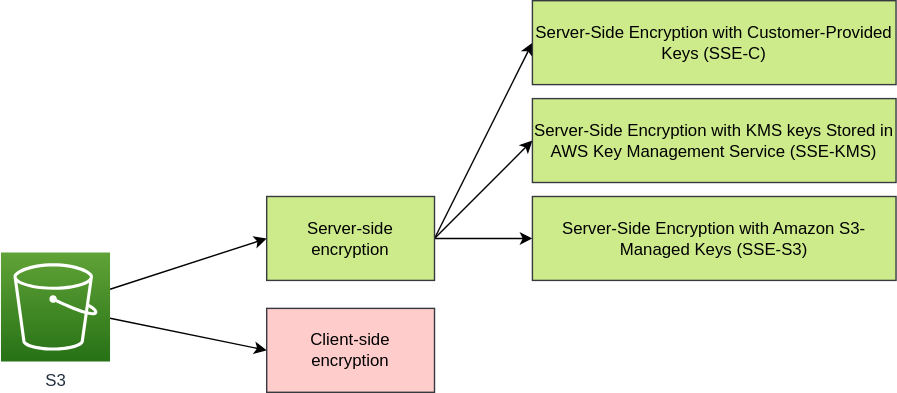
Earlier version of the draw.io export img/aws-data-security-s3.drawio.svg (ParisaMousavi/wordpress). Source tidied: cells renumbered, new cells last; positions are measured from the earlier drawing's top-left corner, leaving out a move shared by most shapes. Source of this version:
```xml
<mxGraphModel>
  <root>
    <mxCell id="0" />
    <mxCell id="1" parent="0" />
    <mxCell id="2" style="rounded=0;jettySize=auto;html=1;entryX=0;entryY=0.5;entryDx=0;entryDy=0;" parent="1" edge="1" source="4" target="8">
      <mxGeometry relative="1" as="geometry" />
    </mxCell>
    <mxCell id="3" style="rounded=0;jettySize=auto;html=1;entryX=0;entryY=0.5;entryDx=0;entryDy=0;" parent="1" edge="1" source="4" target="9">
      <mxGeometry relative="1" as="geometry" />
    </mxCell>
    <mxCell id="4" value="S3" style="sketch=0;points=[[0,0,0],[0.25,0,0],[0.5,0,0],[0.75,0,0],[1,0,0],[0,1,0],[0.25,1,0],[0.5,1,0],[0.75,1,0],[1,1,0],[0,0.25,0],[0,0.5,0],[0,0.75,0],[1,0.25,0],[1,0.5,0],[1,0.75,0]];outlineConnect=0;fontColor=#232F3E;gradientColor=#60A337;gradientDirection=north;fillColor=#277116;strokeColor=#ffffff;dashed=0;verticalLabelPosition=bottom;verticalAlign=top;align=center;html=1;fontSize=12;fontStyle=0;shape=mxgraph.aws4.resourceIcon;resIcon=mxgraph.aws4.s3;" parent="1" vertex="1">
      <mxGeometry y="180" width="78" height="78" as="geometry" />
    </mxCell>
    <mxCell id="5" style="edgeStyle=none;rounded=0;jettySize=auto;html=1;" parent="1" edge="1" source="8" target="10">
      <mxGeometry relative="1" as="geometry" />
    </mxCell>
    <mxCell id="6" style="edgeStyle=none;rounded=0;jettySize=auto;html=1;entryX=0;entryY=0.5;entryDx=0;entryDy=0;exitX=1;exitY=0.5;exitDx=0;exitDy=0;" parent="1" edge="1" source="8" target="11">
      <mxGeometry relative="1" as="geometry" />
    </mxCell>
    <mxCell id="7" style="edgeStyle=none;rounded=0;jettySize=auto;html=1;exitX=1;exitY=0.5;exitDx=0;exitDy=0;entryX=0;entryY=0.5;entryDx=0;entryDy=0;" parent="1" edge="1" source="8" target="12">
      <mxGeometry relative="1" as="geometry" />
    </mxCell>
    <mxCell id="8" value="Server-side encryption" style="rounded=0;whiteSpace=wrap;html=1;fillColor=#cdeb8b;strokeColor=#36393d;" parent="1" vertex="1">
      <mxGeometry x="190" y="140" width="120" height="60" as="geometry" />
    </mxCell>
    <mxCell id="9" value="Client-side &lt;br&gt;encryption" style="rounded=0;whiteSpace=wrap;html=1;fillColor=#ffcccc;strokeColor=#36393d;" parent="1" vertex="1">
      <mxGeometry x="190" y="220" width="120" height="60" as="geometry" />
    </mxCell>
    <mxCell id="10" value="Server-Side Encryption with Amazon S3-Managed Keys (SSE-S3)" style="rounded=0;whiteSpace=wrap;html=1;fillColor=#cdeb8b;strokeColor=#36393d;" parent="1" vertex="1">
      <mxGeometry x="380" y="140" width="260" height="60" as="geometry" />
    </mxCell>
    <mxCell id="11" value="Server-Side Encryption with KMS keys Stored in AWS Key Management Service (SSE-KMS)" style="rounded=0;whiteSpace=wrap;html=1;fillColor=#cdeb8b;strokeColor=#36393d;" parent="1" vertex="1">
      <mxGeometry x="380" y="70" width="260" height="60" as="geometry" />
    </mxCell>
    <mxCell id="12" value="Server-Side Encryption with Customer-Provided Keys (SSE-C)" style="rounded=0;whiteSpace=wrap;html=1;fillColor=#cdeb8b;strokeColor=#36393d;" parent="1" vertex="1">
      <mxGeometry x="380" width="260" height="60" as="geometry" />
    </mxCell>
  </root>
</mxGraphModel>
```
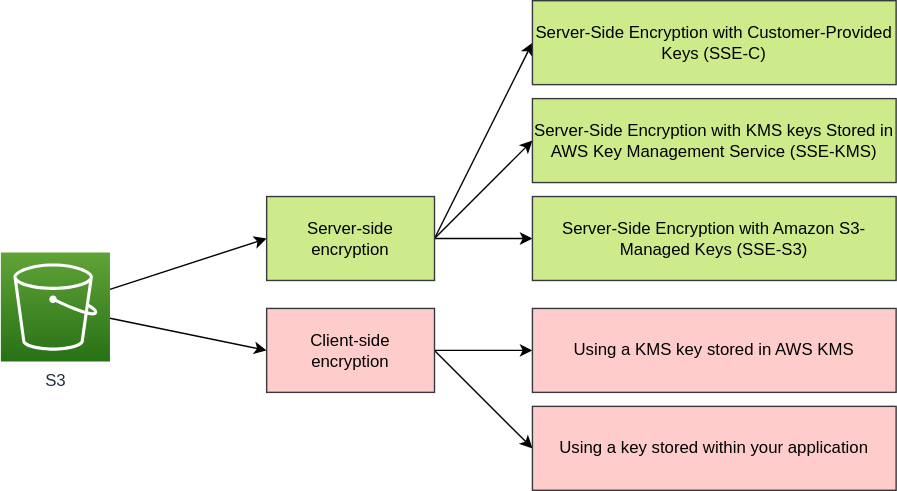
The same diagram one commit later.

What changed in the source:
```diff
@@ -23,6 +23,12 @@
     <mxCell id="8" value="Server-side encryption" style="rounded=0;whiteSpace=wrap;html=1;fillColor=#cdeb8b;strokeColor=#36393d;" parent="1" vertex="1">
       <mxGeometry x="190" y="140" width="120" height="60" as="geometry" />
     </mxCell>
+    <mxCell id="13" style="edgeStyle=none;rounded=0;jettySize=auto;html=1;exitX=1;exitY=0.5;exitDx=0;exitDy=0;entryX=0;entryY=0.5;entryDx=0;entryDy=0;" parent="1" edge="1" source="9" target="15">
+      <mxGeometry relative="1" as="geometry" />
+    </mxCell>
+    <mxCell id="14" style="edgeStyle=none;rounded=0;jettySize=auto;html=1;exitX=1;exitY=0.5;exitDx=0;exitDy=0;entryX=0;entryY=0.5;entryDx=0;entryDy=0;" parent="1" edge="1" source="9" target="16">
+      <mxGeometry relative="1" as="geometry" />
+    </mxCell>
     <mxCell id="9" value="Client-side &lt;br&gt;encryption" style="rounded=0;whiteSpace=wrap;html=1;fillColor=#ffcccc;strokeColor=#36393d;" parent="1" vertex="1">
       <mxGeometry x="190" y="220" width="120" height="60" as="geometry" />
     </mxCell>
@@ -35,5 +41,11 @@
     <mxCell id="12" value="Server-Side Encryption with Customer-Provided Keys (SSE-C)" style="rounded=0;whiteSpace=wrap;html=1;fillColor=#cdeb8b;strokeColor=#36393d;" parent="1" vertex="1">
       <mxGeometry x="380" width="260" height="60" as="geometry" />
     </mxCell>
+    <mxCell id="15" value="Using a KMS key stored in AWS KMS" style="rounded=0;whiteSpace=wrap;html=1;fillColor=#ffcccc;strokeColor=#36393d;" parent="1" vertex="1">
+      <mxGeometry x="380" y="220" width="260" height="60" as="geometry" />
+    </mxCell>
+    <mxCell id="16" value="Using a key stored within your application" style="rounded=0;whiteSpace=wrap;html=1;fillColor=#ffcccc;strokeColor=#36393d;" parent="1" vertex="1">
+      <mxGeometry x="380" y="290" width="260" height="60" as="geometry" />
+    </mxCell>
   </root>
 </mxGraphModel>
```
